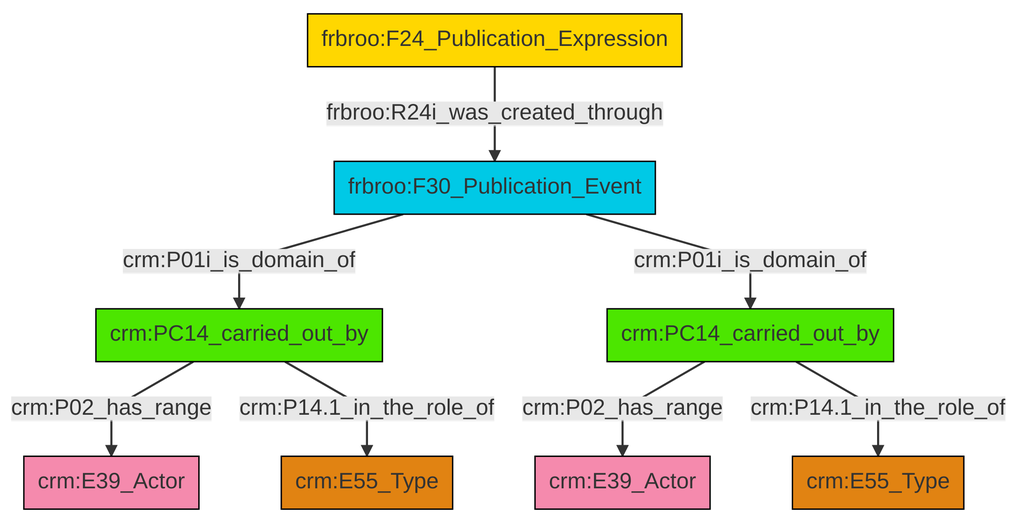
ncarboni/srdm keeps this Mermaid diagram as et/biblioCSV/ttl/mmd/png/biblio_actor_relations.png. Above is the earlier version. Its source is kept beside it as et/biblioCSV/ttl/mmd/biblio_actor_relations.ttl.mmd.
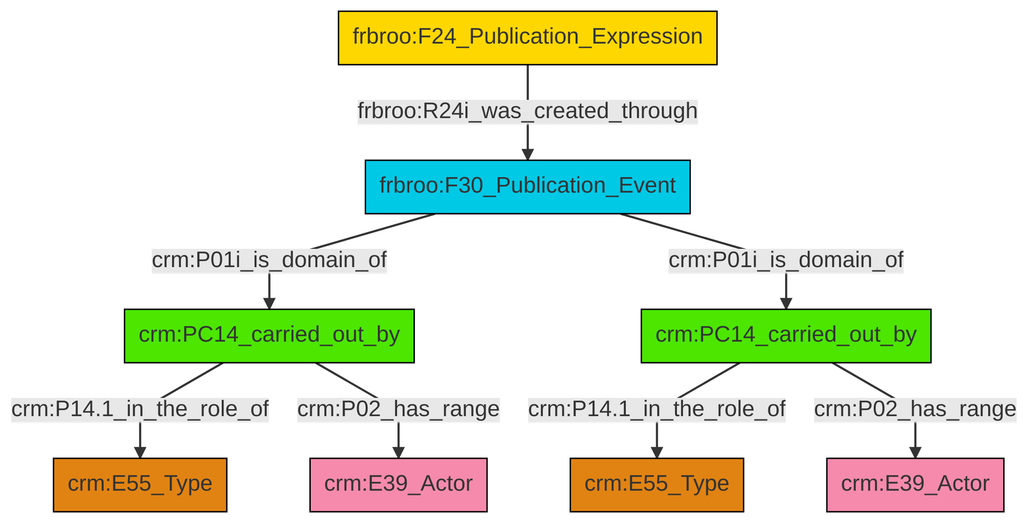
After the commit.

Change to the diagram source:
```diff
@@ -13,10 +13,10 @@
 classDef PC_Classes fill:#4ce600, stroke:#000000;
 classDef Multi fill:#cccccc,stroke:#000000;
 
-0["crm:PC14_carried_out_by"]:::PC_Classes -->|crm:P02_has_range| 2["crm:E39_Actor"]:::Actor
-0["crm:PC14_carried_out_by"]:::PC_Classes -->|crm:P14.1_in_the_role_of| 3["crm:E55_Type"]:::Type
-5["frbroo:F24_Publication_Expression"]:::Conceptual_Object -->|frbroo:R24i_was_created_through| 10["frbroo:F30_Publication_Event"]:::Temporal_Entity
-13["crm:PC14_carried_out_by"]:::PC_Classes -->|crm:P02_has_range| 7["crm:E39_Actor"]:::Actor
-10["frbroo:F30_Publication_Event"]:::Temporal_Entity -->|crm:P01i_is_domain_of| 13["crm:PC14_carried_out_by"]:::PC_Classes
-10["frbroo:F30_Publication_Event"]:::Temporal_Entity -->|crm:P01i_is_domain_of| 0["crm:PC14_carried_out_by"]:::PC_Classes
-13["crm:PC14_carried_out_by"]:::PC_Classes -->|crm:P14.1_in_the_role_of| 11["crm:E55_Type"]:::Type
+0["frbroo:F30_Publication_Event"]:::Temporal_Entity -->|crm:P01i_is_domain_of| 1["crm:PC14_carried_out_by"]:::PC_Classes
+1["crm:PC14_carried_out_by"]:::PC_Classes -->|crm:P14.1_in_the_role_of| 2["crm:E55_Type"]:::Type
+7["frbroo:F24_Publication_Expression"]:::Conceptual_Object -->|frbroo:R24i_was_created_through| 0["frbroo:F30_Publication_Event"]:::Temporal_Entity
+8["crm:PC14_carried_out_by"]:::PC_Classes -->|crm:P14.1_in_the_role_of| 3["crm:E55_Type"]:::Type
+8["crm:PC14_carried_out_by"]:::PC_Classes -->|crm:P02_has_range| 5["crm:E39_Actor"]:::Actor
+0["frbroo:F30_Publication_Event"]:::Temporal_Entity -->|crm:P01i_is_domain_of| 8["crm:PC14_carried_out_by"]:::PC_Classes
+1["crm:PC14_carried_out_by"]:::PC_Classes -->|crm:P02_has_range| 10["crm:E39_Actor"]:::Actor
```
